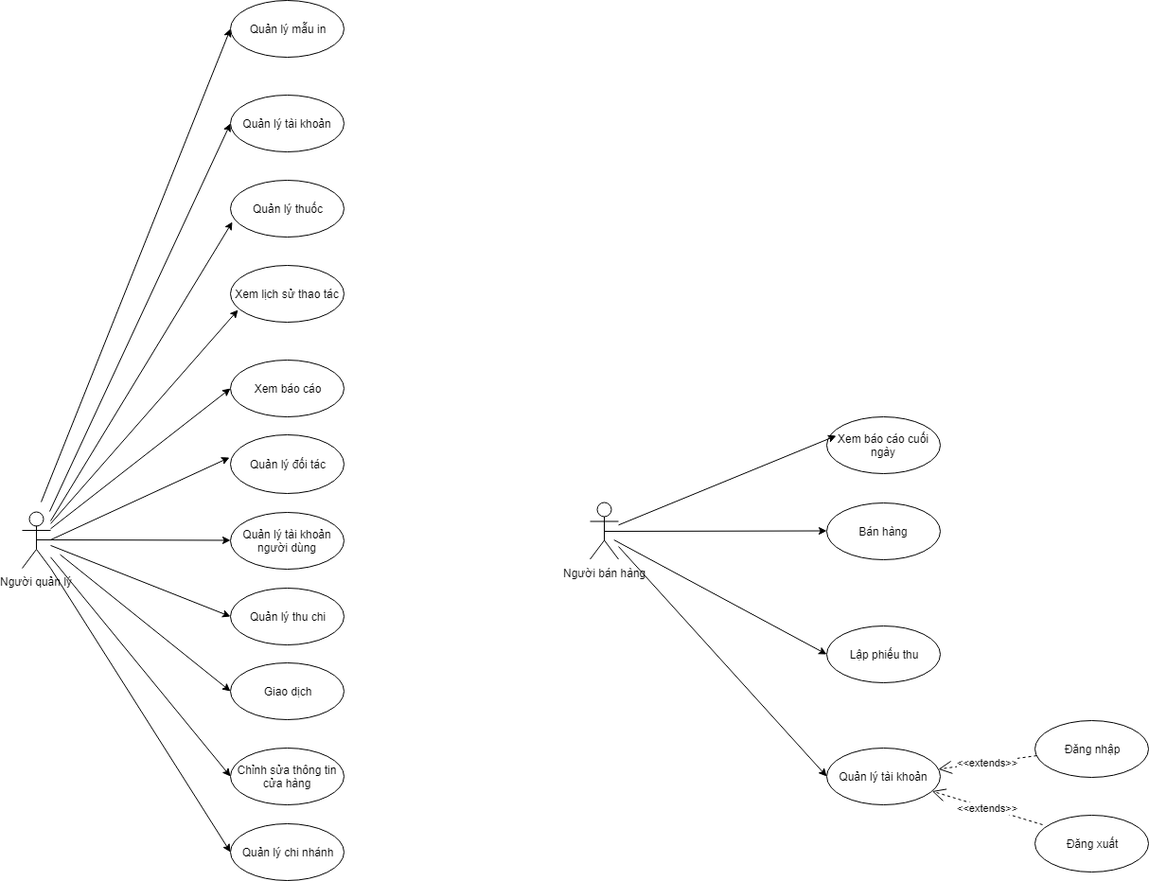
This is UC diagrams/UC tổng quan.png from Linkadi98/Software-Requirement-Analystic, a draw.io export, as it was before one commit. Source tidied: cells renumbered, new cells last; positions are measured from the earlier drawing's top-left corner, leaving out a move shared by most shapes.
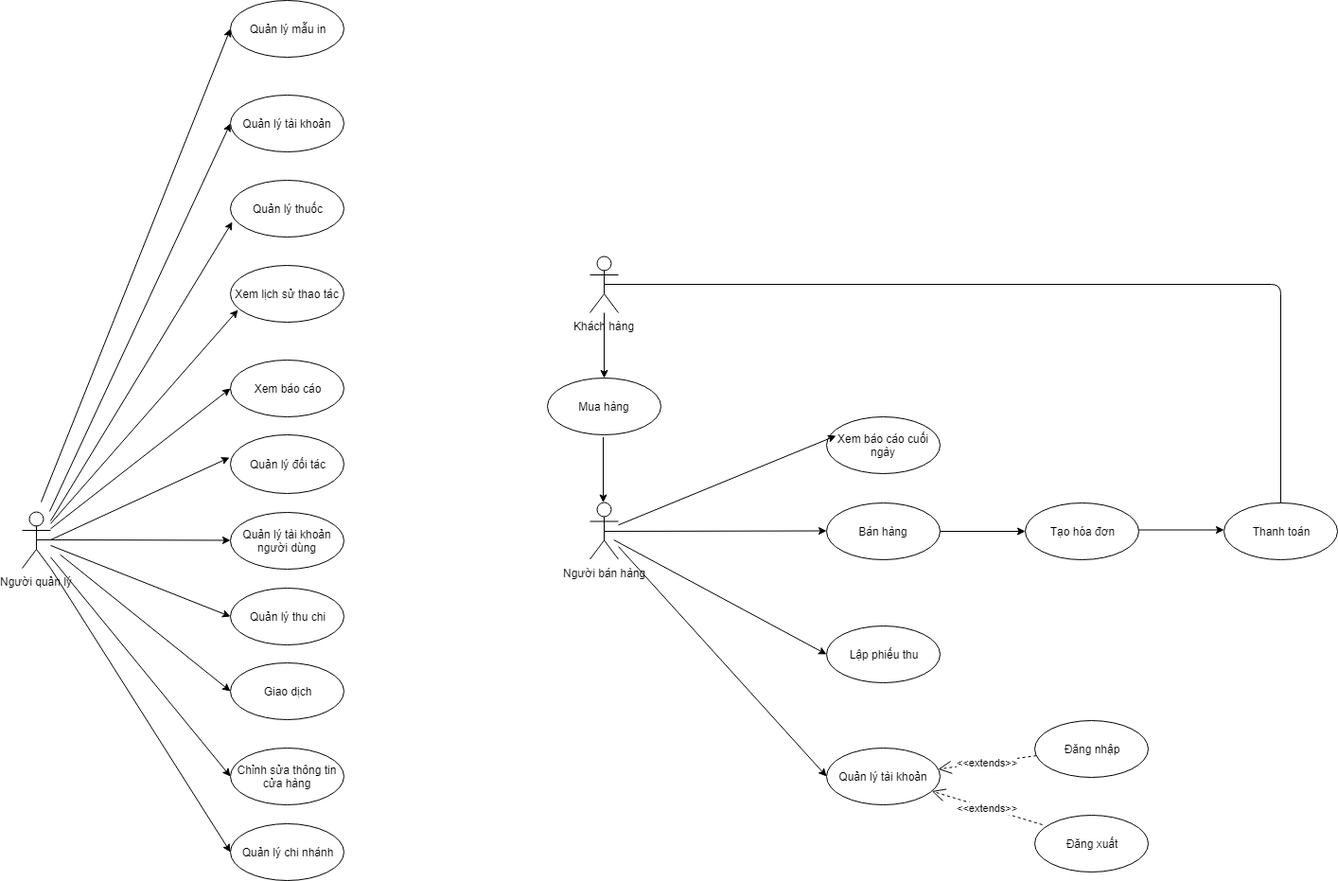
After the commit.

The edit, as a diff of the source:
```diff
@@ -124,5 +124,42 @@
         <mxPoint x="860" y="460" as="targetPoint" />
       </mxGeometry>
     </mxCell>
+    <mxCell id="38" value="Khách hàng" style="shape=umlActor;verticalLabelPosition=bottom;labelBackgroundColor=#ffffff;verticalAlign=top;html=1;outlineConnect=0;" parent="1" vertex="1">
+      <mxGeometry x="600" y="270" width="30" height="60" as="geometry" />
+    </mxCell>
+    <mxCell id="39" value="Tạo hóa đơn&lt;br&gt;" style="ellipse;whiteSpace=wrap;html=1;" parent="1" vertex="1">
+      <mxGeometry x="1060" y="530.5" width="120" height="60" as="geometry" />
+    </mxCell>
+    <mxCell id="40" value="Thanh toán&lt;br&gt;" style="ellipse;whiteSpace=wrap;html=1;" parent="1" vertex="1">
+      <mxGeometry x="1270" y="530.5" width="120" height="60" as="geometry" />
+    </mxCell>
+    <mxCell id="41" value="Mua hàng&lt;br&gt;" style="ellipse;whiteSpace=wrap;html=1;" parent="1" vertex="1">
+      <mxGeometry x="555" y="399" width="120" height="60" as="geometry" />
+    </mxCell>
+    <mxCell id="42" style="endArrow=classic;html=1;exitX=1;exitY=0.5;exitDx=0;exitDy=0;entryX=0;entryY=0.5;entryDx=0;entryDy=0;" parent="1" edge="1" source="24" target="39">
+      <mxGeometry relative="1" as="geometry" />
+    </mxCell>
+    <mxCell id="43" style="endArrow=classic;html=1;exitX=1;exitY=0.5;exitDx=0;exitDy=0;entryX=0;entryY=0.5;entryDx=0;entryDy=0;" parent="1" edge="1">
+      <mxGeometry relative="1" as="geometry">
+        <mxPoint x="1180" y="559.5" as="sourcePoint" />
+        <mxPoint x="1270" y="559.5" as="targetPoint" />
+      </mxGeometry>
+    </mxCell>
+    <mxCell id="44" style="endArrow=none;html=1;entryX=0.5;entryY=0;entryDx=0;entryDy=0;exitX=0.5;exitY=0.5;exitDx=0;exitDy=0;exitPerimeter=0;" parent="1" edge="1" source="38" target="40">
+      <mxGeometry relative="1" as="geometry">
+        <Array as="points">
+          <mxPoint x="1330" y="300" />
+        </Array>
+      </mxGeometry>
+    </mxCell>
+    <mxCell id="45" style="endArrow=classic;html=1;" parent="1" edge="1" source="38" target="41">
+      <mxGeometry relative="1" as="geometry" />
+    </mxCell>
+    <mxCell id="46" style="endArrow=classic;html=1;" parent="1" edge="1">
+      <mxGeometry relative="1" as="geometry">
+        <mxPoint x="614" y="461.5" as="sourcePoint" />
+        <mxPoint x="614" y="530.5" as="targetPoint" />
+      </mxGeometry>
+    </mxCell>
   </root>
 </mxGraphModel>
```
